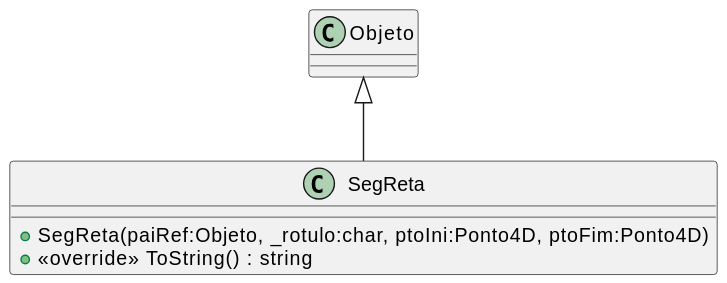
The PlantUML diagram svg/Unidade2/CG_N2_Exemplo/plantuml/SegReta.svg in majutestoni/disciplina_CG_2025_1, before a commit. Source of this version:
```plantuml
@startuml
class SegReta {
    + SegReta(paiRef:Objeto, _rotulo:char, ptoIni:Ponto4D, ptoFim:Ponto4D)
    + <<override>> ToString() : string
}
Objeto <|-- SegReta
@enduml
```
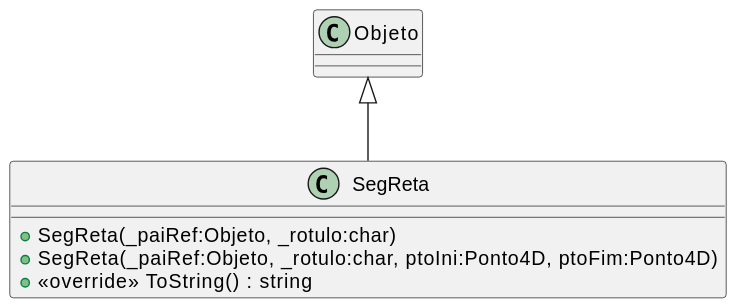
The same file after the commit.

What changed in the source:
```diff
@@ -1,6 +1,7 @@
 @startuml
 class SegReta {
-    + SegReta(paiRef:Objeto, _rotulo:char, ptoIni:Ponto4D, ptoFim:Ponto4D)
+    + SegReta(_paiRef:Objeto, _rotulo:char)
+    + SegReta(_paiRef:Objeto, _rotulo:char, ptoIni:Ponto4D, ptoFim:Ponto4D)
     + <<override>> ToString() : string
 }
 Objeto <|-- SegReta
```
